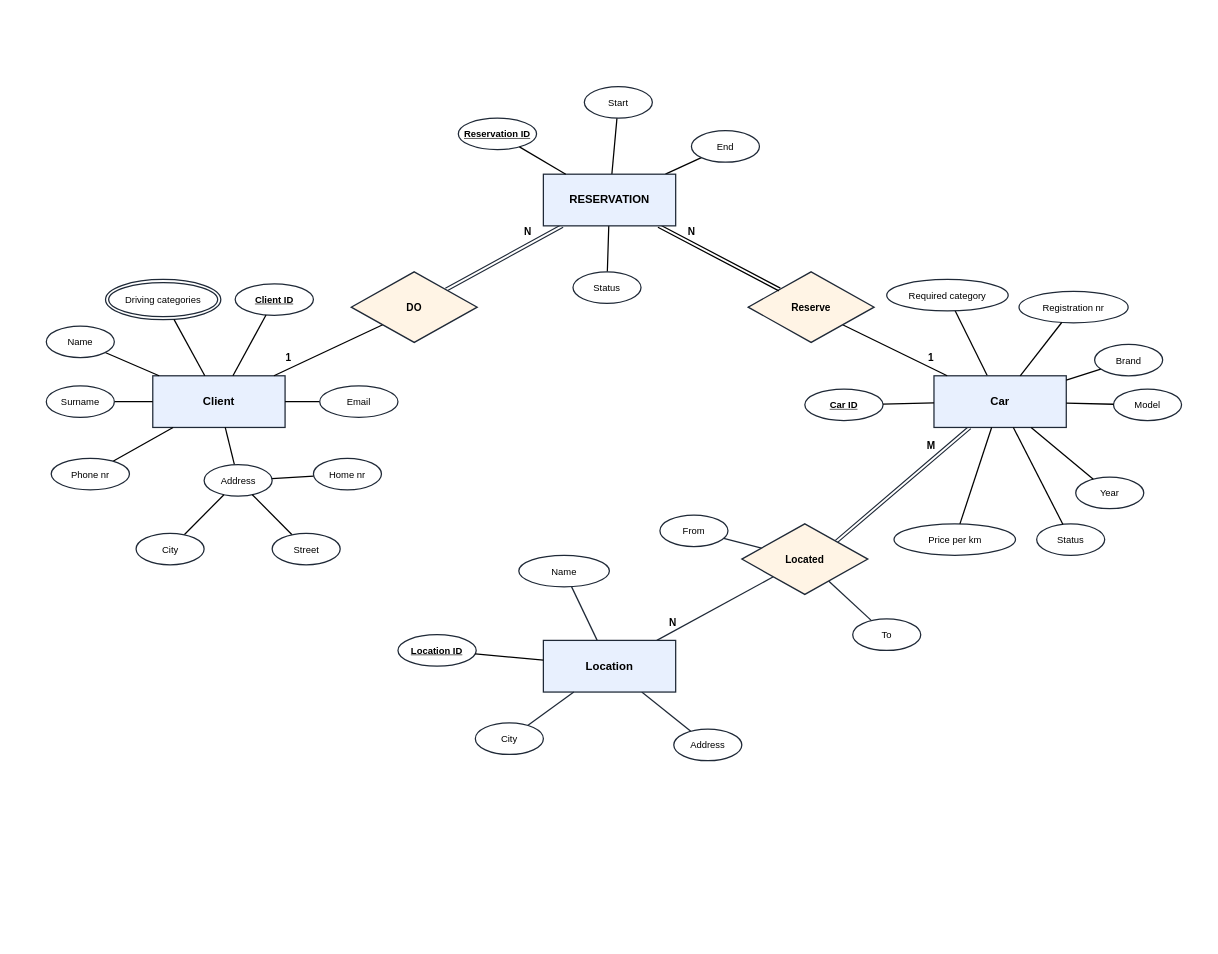
Makar1y/DBMS keeps this draw.io diagram as 2/docs/er-model.drawio. Above is the earlier version. Source tidied: cells renumbered, new cells numbered last; positions are measured from the earlier drawing's top-left corner, leaving out a move shared by most shapes. Both pictures are drawn from the tidied source at 63%, with x=0, y=0 at pixel (11, 11).
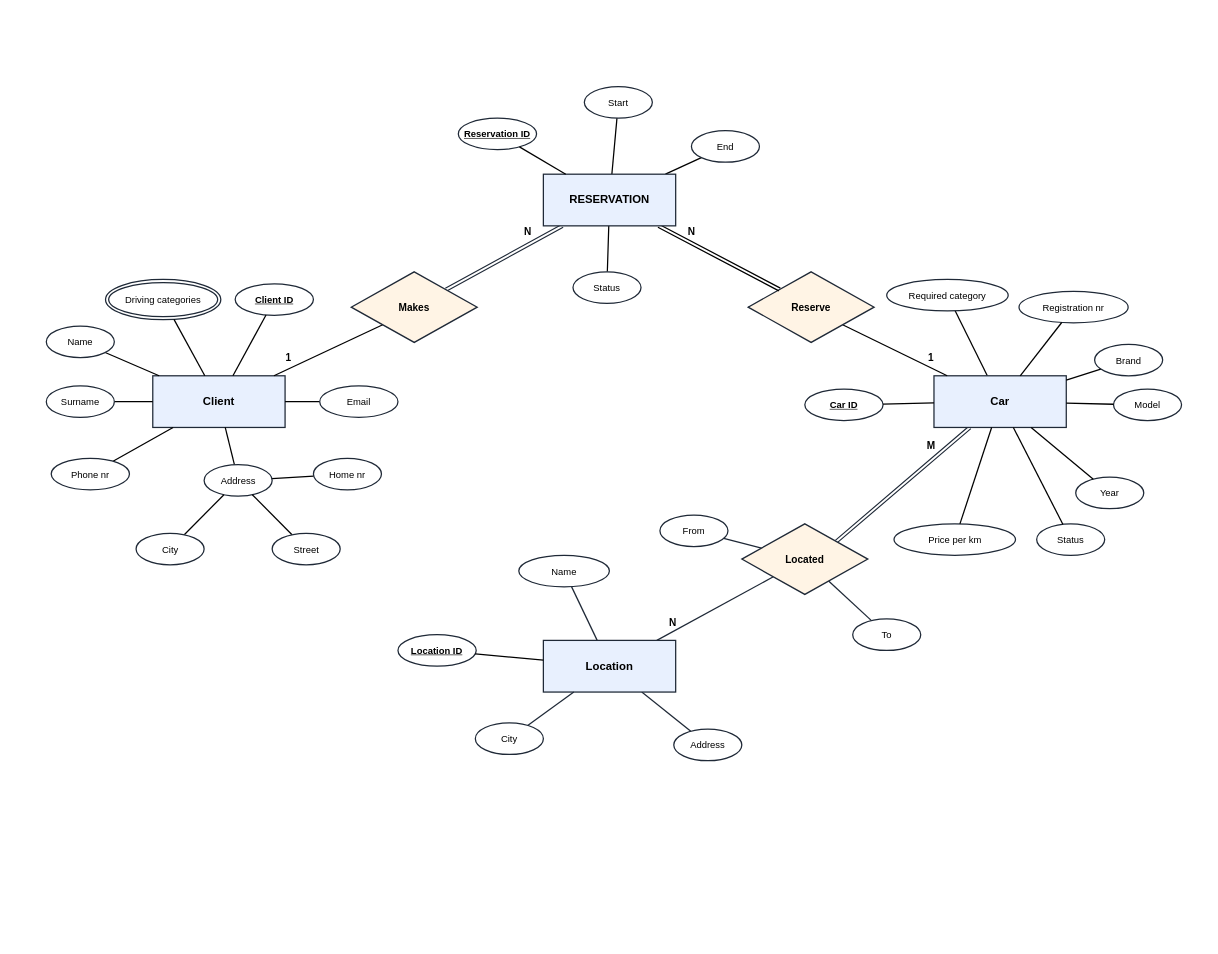
The same page after the edit.

The edit, as a diff of the source:
```diff
@@
-    <mxCell id="15" value="DO" style="rhombus;whiteSpace=wrap;html=1;fillColor=#fff4e5;strokeColor=#1f2937;strokeWidth=2;fontSize=16;fontStyle=1;align=center;verticalAlign=middle;" parent="1" vertex="1">
+    <mxCell id="15" value="Makes" style="rhombus;whiteSpace=wrap;html=1;fillColor=#fff4e5;strokeColor=#1f2937;strokeWidth=2;fontSize=16;fontStyle=1;align=center;verticalAlign=middle;" parent="1" vertex="1">
       <mxGeometry x="540" y="414" width="200" height="112" as="geometry" />
     </mxCell>
```
